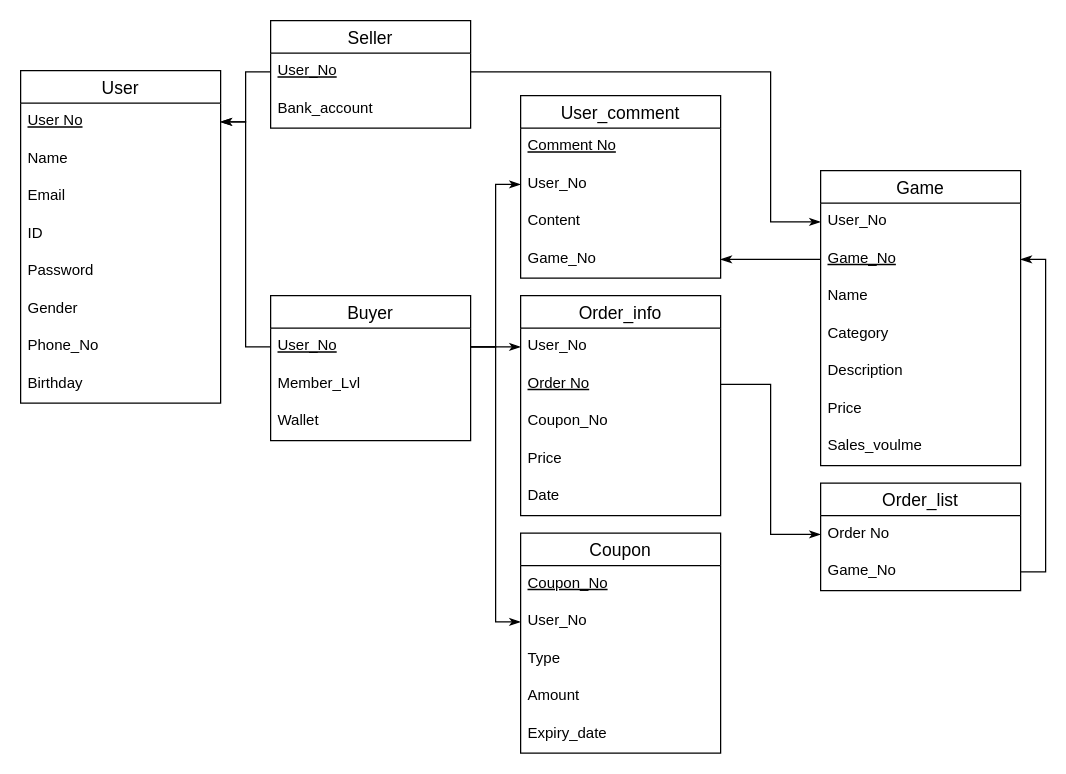
The draw.io diagram page "Database Schema" (3 of 3) of DBMS.drawio in 13urgerKing/109-1DBMS, before the edit. Source tidied: cells renumbered, new cells numbered last; positions are measured from the earlier drawing's top-left corner, leaving out a move shared by most shapes. Both pictures are drawn from the tidied source at 125%, with x=0, y=0 at pixel (20, 20).
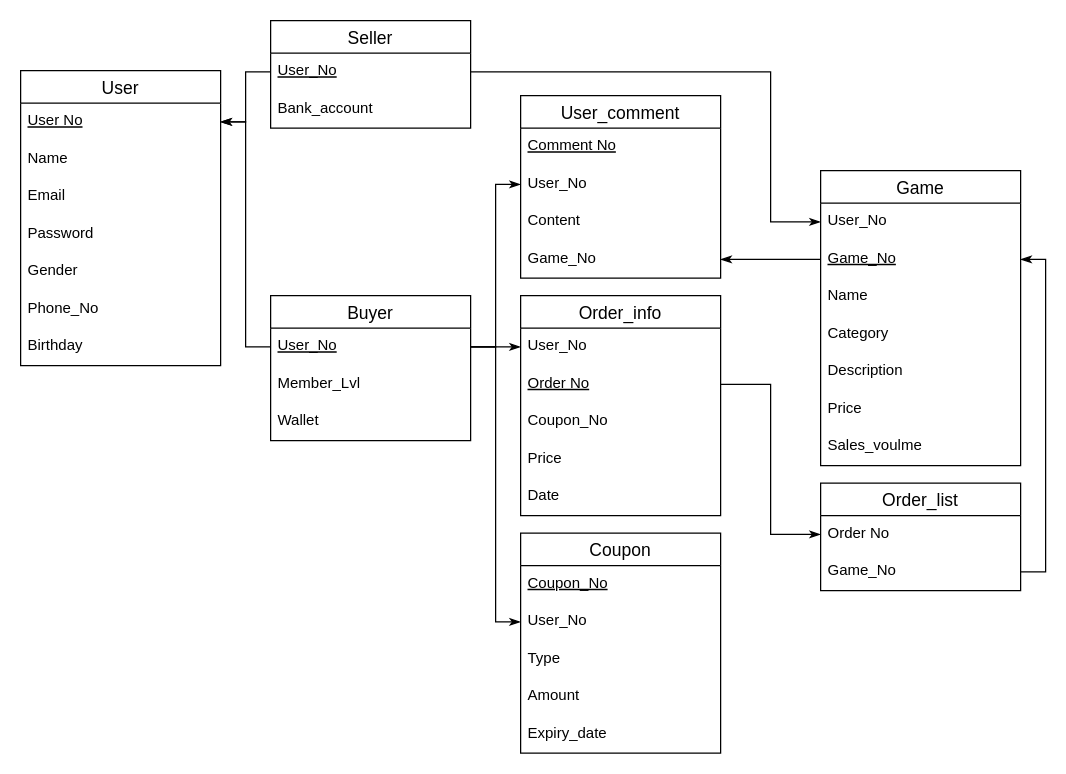
The same page after the edit.

What changed in the source:
```diff
@@
     <mxCell id="2" value="User" style="swimlane;fontStyle=0;horizontal=1;startSize=26;align=center;fontSize=14;" parent="1" vertex="1">
-      <mxGeometry y="40" width="160" height="266" as="geometry" />
+      <mxGeometry y="40" width="160" height="236" as="geometry" />
     </mxCell>
@@
-    <mxCell id="6" value="ID" style="text;strokeColor=none;fillColor=none;spacingLeft=4;spacingRight=4;overflow=hidden;fontSize=12;" parent="2" vertex="1">
-      <mxGeometry y="116" width="160" height="30" as="geometry" />
-    </mxCell>
     <mxCell id="7" value="Password" style="text;strokeColor=none;fillColor=none;spacingLeft=4;spacingRight=4;overflow=hidden;fontSize=12;" parent="2" vertex="1">
-      <mxGeometry y="146" width="160" height="30" as="geometry" />
+      <mxGeometry y="116" width="160" height="30" as="geometry" />
     </mxCell>
     <mxCell id="8" value="Gender" style="text;strokeColor=none;fillColor=none;spacingLeft=4;spacingRight=4;overflow=hidden;fontSize=12;" parent="2" vertex="1">
-      <mxGeometry y="176" width="160" height="30" as="geometry" />
+      <mxGeometry y="146" width="160" height="30" as="geometry" />
     </mxCell>
     <mxCell id="9" value="Phone_No" style="text;strokeColor=none;fillColor=none;spacingLeft=4;spacingRight=4;overflow=hidden;fontSize=12;" parent="2" vertex="1">
-      <mxGeometry y="206" width="160" height="30" as="geometry" />
+      <mxGeometry y="176" width="160" height="30" as="geometry" />
     </mxCell>
     <mxCell id="10" value="Birthday" style="text;strokeColor=none;fillColor=none;spacingLeft=4;spacingRight=4;overflow=hidden;fontSize=12;" parent="2" vertex="1">
-      <mxGeometry y="236" width="160" height="30" as="geometry" />
+      <mxGeometry y="206" width="160" height="30" as="geometry" />
     </mxCell>
```
